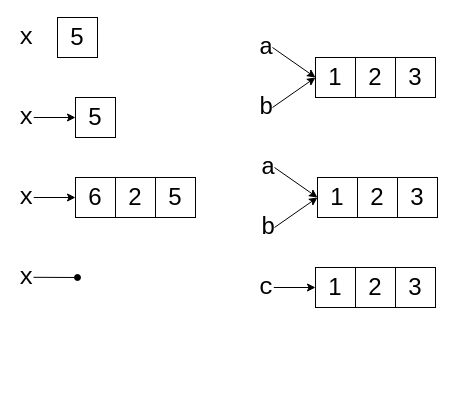
Before: data_structures/reference.drawio in alainkaegi/pythonorama, a draw.io diagram. Source tidied: cells renumbered, new cells numbered last; positions are measured from the earlier drawing's top-left corner, leaving out a move shared by most shapes. Both pictures are drawn from the tidied source at 100%, with x=0, y=0 at pixel (17, 17).
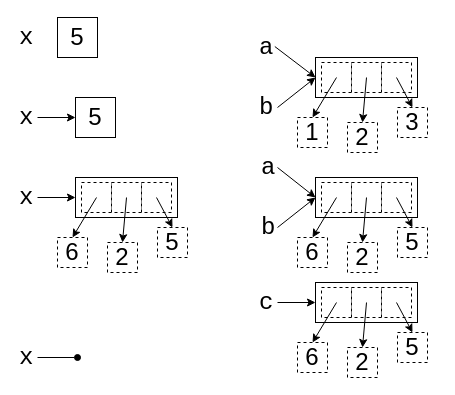
After the change.

Unchanged cells that the change refers to:
```xml
<mxCell id="5" value="5" style="whiteSpace=wrap;html=1;fontSize=24;" parent="1" vertex="1">
  <mxGeometry x="58" y="80" width="40" height="40" as="geometry" />
</mxCell>
```

Diff of the diagram source:
```diff
@@
+    <mxCell id="32" value="&lt;font face=&quot;Courier New&quot;&gt;x&lt;/font&gt;" style="whiteSpace=wrap;html=1;fontSize=24;align=left;fillColor=none;strokeColor=none;" parent="1" vertex="1">
+      <mxGeometry y="320" width="20" height="40" as="geometry" />
+    </mxCell>
+    <mxCell id="33" style="rounded=0;whiteSpace=wrap;html=1;fillColor=none;" parent="1" vertex="1">
+      <mxGeometry x="58" y="160" width="102" height="40" as="geometry" />
+    </mxCell>
-    <mxCell id="2" style="endArrow=oval;html=1;rounded=0;strokeColor=default;entryX=0.857;entryY=0.5;entryDx=0;entryDy=0;endFill=1;entryPerimeter=0;" parent="1" edge="1" target="32">
+    <mxCell id="2" style="endArrow=oval;html=1;rounded=0;strokeColor=default;endFill=1;exitX=1;exitY=0.5;exitDx=0;exitDy=0;" parent="1" edge="1" source="32">
       <mxGeometry relative="1" as="geometry">
-        <mxPoint x="16" y="259.8" as="sourcePoint" />
+        <mxPoint x="60" y="340" as="targetPoint" />
       </mxGeometry>
     </mxCell>
@@
     <mxCell id="6" value="&lt;font face=&quot;Courier New&quot;&gt;x&lt;/font&gt;" style="whiteSpace=wrap;html=1;fontSize=24;align=left;fillColor=none;strokeColor=none;" parent="1" vertex="1">
-      <mxGeometry y="80" width="70" height="40" as="geometry" />
+      <mxGeometry y="80" width="20" height="40" as="geometry" />
     </mxCell>
-    <mxCell id="7" style="endArrow=classic;html=1;rounded=0;exitX=0.833;exitY=0.5;exitDx=0;exitDy=0;exitPerimeter=0;strokeColor=default;entryX=0;entryY=0.5;entryDx=0;entryDy=0;" parent="1" edge="1" target="5">
-      <mxGeometry relative="1" as="geometry">
-        <mxPoint x="16.3" y="100" as="sourcePoint" />
-      </mxGeometry>
+    <mxCell id="7" style="endArrow=classic;html=1;rounded=0;exitX=1;exitY=0.5;exitDx=0;exitDy=0;strokeColor=default;entryX=0;entryY=0.5;entryDx=0;entryDy=0;" parent="1" edge="1" source="6" target="5">
+      <mxGeometry relative="1" as="geometry" />
     </mxCell>
-    <mxCell id="8" value="6" style="whiteSpace=wrap;html=1;fontSize=24;" parent="1" vertex="1">
-      <mxGeometry x="58" y="160" width="40" height="40" as="geometry" />
-    </mxCell>
     <mxCell id="9" value="&lt;font face=&quot;Courier New&quot;&gt;x&lt;/font&gt;" style="whiteSpace=wrap;html=1;fontSize=24;align=left;fillColor=none;strokeColor=none;" parent="1" vertex="1">
-      <mxGeometry y="160" width="70" height="40" as="geometry" />
+      <mxGeometry y="160" width="20" height="40" as="geometry" />
     </mxCell>
-    <mxCell id="10" style="endArrow=classic;html=1;rounded=0;exitX=0.833;exitY=0.5;exitDx=0;exitDy=0;exitPerimeter=0;strokeColor=default;entryX=0;entryY=0.5;entryDx=0;entryDy=0;" parent="1" edge="1" target="8">
+    <mxCell id="10" style="endArrow=classic;html=1;rounded=0;strokeColor=default;entryX=0;entryY=0.5;entryDx=0;entryDy=0;exitX=1;exitY=0.5;exitDx=0;exitDy=0;" parent="1" edge="1" source="9">
       <mxGeometry relative="1" as="geometry">
-        <mxPoint x="16.3" y="180" as="sourcePoint" />
+        <mxPoint x="58" y="180" as="targetPoint" />
       </mxGeometry>
     </mxCell>
-    <mxCell id="11" value="2" style="whiteSpace=wrap;html=1;fontSize=24;" parent="1" vertex="1">
-      <mxGeometry x="98" y="160" width="40" height="40" as="geometry" />
-    </mxCell>
-    <mxCell id="12" value="5" style="whiteSpace=wrap;html=1;fontSize=24;" parent="1" vertex="1">
-      <mxGeometry x="138" y="160" width="40" height="40" as="geometry" />
-    </mxCell>
-    <mxCell id="13" value="1" style="whiteSpace=wrap;html=1;fontSize=24;" parent="1" vertex="1">
-      <mxGeometry x="298" y="40" width="40" height="40" as="geometry" />
-    </mxCell>
     <mxCell id="14" value="&lt;font face=&quot;Courier New&quot;&gt;a&lt;/font&gt;" style="whiteSpace=wrap;html=1;fontSize=24;align=left;fillColor=none;strokeColor=none;" parent="1" vertex="1">
-      <mxGeometry x="240" y="10" width="70" height="40" as="geometry" />
+      <mxGeometry x="240" y="10" width="20" height="40" as="geometry" />
     </mxCell>
-    <mxCell id="15" style="endArrow=classic;html=1;rounded=0;strokeColor=default;entryX=0;entryY=0.5;entryDx=0;entryDy=0;exitX=1;exitY=0.5;exitDx=0;exitDy=0;" parent="1" edge="1" target="13">
-      <mxGeometry relative="1" as="geometry">
-        <mxPoint x="255" y="30" as="sourcePoint" />
-      </mxGeometry>
+    <mxCell id="15" style="endArrow=classic;html=1;rounded=0;strokeColor=default;entryX=0;entryY=0.5;entryDx=0;entryDy=0;exitX=0.867;exitY=0.476;exitDx=0;exitDy=0;exitPerimeter=0;" parent="1" edge="1" source="14" target="45">
+      <mxGeometry relative="1" as="geometry" />
     </mxCell>
-    <mxCell id="16" value="2" style="whiteSpace=wrap;html=1;fontSize=24;" parent="1" vertex="1">
-      <mxGeometry x="338" y="40" width="40" height="40" as="geometry" />
-    </mxCell>
-    <mxCell id="17" value="3" style="whiteSpace=wrap;html=1;fontSize=24;" parent="1" vertex="1">
-      <mxGeometry x="378" y="40" width="40" height="40" as="geometry" />
-    </mxCell>
     <mxCell id="18" value="&lt;font face=&quot;Courier New&quot;&gt;b&lt;/font&gt;" style="whiteSpace=wrap;html=1;fontSize=24;align=left;fillColor=none;strokeColor=none;" parent="1" vertex="1">
-      <mxGeometry x="240" y="70" width="70" height="40" as="geometry" />
+      <mxGeometry x="240" y="70" width="20" height="40" as="geometry" />
     </mxCell>
-    <mxCell id="19" style="endArrow=classic;html=1;rounded=0;strokeColor=default;entryX=0;entryY=0.5;entryDx=0;entryDy=0;exitX=1;exitY=0.5;exitDx=0;exitDy=0;" parent="1" edge="1" target="13">
-      <mxGeometry relative="1" as="geometry">
-        <mxPoint x="255" y="90" as="sourcePoint" />
-      </mxGeometry>
+    <mxCell id="19" style="endArrow=classic;html=1;rounded=0;strokeColor=default;exitX=1;exitY=0.5;exitDx=0;exitDy=0;entryX=0;entryY=0.5;entryDx=0;entryDy=0;" parent="1" edge="1" source="18" target="45">
+      <mxGeometry relative="1" as="geometry" />
     </mxCell>
-    <mxCell id="20" value="1" style="whiteSpace=wrap;html=1;fontSize=24;" parent="1" vertex="1">
-      <mxGeometry x="300" y="160" width="40" height="40" as="geometry" />
-    </mxCell>
     <mxCell id="21" value="&lt;font face=&quot;Courier New&quot;&gt;a&lt;/font&gt;" style="whiteSpace=wrap;html=1;fontSize=24;align=left;fillColor=none;strokeColor=none;" parent="1" vertex="1">
-      <mxGeometry x="242" y="130" width="70" height="40" as="geometry" />
+      <mxGeometry x="242" y="130" width="18" height="40" as="geometry" />
     </mxCell>
-    <mxCell id="22" style="endArrow=classic;html=1;rounded=0;strokeColor=default;entryX=0;entryY=0.5;entryDx=0;entryDy=0;exitX=1;exitY=0.5;exitDx=0;exitDy=0;" parent="1" edge="1" target="20">
-      <mxGeometry relative="1" as="geometry">
-        <mxPoint x="257" y="150" as="sourcePoint" />
-      </mxGeometry>
+    <mxCell id="22" style="endArrow=classic;html=1;rounded=0;strokeColor=default;entryX=0;entryY=0.5;entryDx=0;entryDy=0;exitX=1;exitY=0.5;exitDx=0;exitDy=0;" parent="1" edge="1" source="21" target="57">
+      <mxGeometry relative="1" as="geometry" />
     </mxCell>
-    <mxCell id="23" value="2" style="whiteSpace=wrap;html=1;fontSize=24;" parent="1" vertex="1">
-      <mxGeometry x="340" y="160" width="40" height="40" as="geometry" />
-    </mxCell>
-    <mxCell id="24" value="3" style="whiteSpace=wrap;html=1;fontSize=24;" parent="1" vertex="1">
-      <mxGeometry x="380" y="160" width="40" height="40" as="geometry" />
-    </mxCell>
     <mxCell id="25" value="&lt;font face=&quot;Courier New&quot;&gt;b&lt;/font&gt;" style="whiteSpace=wrap;html=1;fontSize=24;align=left;fillColor=none;strokeColor=none;" parent="1" vertex="1">
-      <mxGeometry x="242" y="190" width="70" height="40" as="geometry" />
+      <mxGeometry x="242" y="190" width="18" height="40" as="geometry" />
     </mxCell>
-    <mxCell id="26" style="endArrow=classic;html=1;rounded=0;strokeColor=default;entryX=0;entryY=0.5;entryDx=0;entryDy=0;exitX=1;exitY=0.5;exitDx=0;exitDy=0;" parent="1" edge="1" target="20">
-      <mxGeometry relative="1" as="geometry">
-        <mxPoint x="257" y="210" as="sourcePoint" />
-      </mxGeometry>
+    <mxCell id="26" style="endArrow=classic;html=1;rounded=0;strokeColor=default;entryX=0;entryY=0.5;entryDx=0;entryDy=0;exitX=1;exitY=0.5;exitDx=0;exitDy=0;" parent="1" edge="1" source="25" target="57">
+      <mxGeometry relative="1" as="geometry" />
     </mxCell>
-    <mxCell id="27" value="1" style="whiteSpace=wrap;html=1;fontSize=24;" parent="1" vertex="1">
-      <mxGeometry x="298" y="250" width="40" height="40" as="geometry" />
-    </mxCell>
     <mxCell id="28" value="&lt;font face=&quot;Courier New&quot;&gt;c&lt;/font&gt;" style="whiteSpace=wrap;html=1;fontSize=24;align=left;fillColor=none;strokeColor=none;" parent="1" vertex="1">
-      <mxGeometry x="240" y="250" width="70" height="40" as="geometry" />
+      <mxGeometry x="240" y="265" width="20" height="40" as="geometry" />
     </mxCell>
-    <mxCell id="29" style="endArrow=classic;html=1;rounded=0;exitX=0.833;exitY=0.5;exitDx=0;exitDy=0;exitPerimeter=0;strokeColor=default;entryX=0;entryY=0.5;entryDx=0;entryDy=0;" parent="1" edge="1" target="27">
-      <mxGeometry relative="1" as="geometry">
-        <mxPoint x="256.3" y="270" as="sourcePoint" />
-      </mxGeometry>
+    <mxCell id="29" style="endArrow=classic;html=1;rounded=0;exitX=1;exitY=0.5;exitDx=0;exitDy=0;strokeColor=default;entryX=0;entryY=0.5;entryDx=0;entryDy=0;" parent="1" edge="1" source="28" target="69">
+      <mxGeometry relative="1" as="geometry" />
     </mxCell>
-    <mxCell id="30" value="2" style="whiteSpace=wrap;html=1;fontSize=24;" parent="1" vertex="1">
-      <mxGeometry x="338" y="250" width="40" height="40" as="geometry" />
-    </mxCell>
-    <mxCell id="31" value="3" style="whiteSpace=wrap;html=1;fontSize=24;" parent="1" vertex="1">
-      <mxGeometry x="378" y="250" width="40" height="40" as="geometry" />
-    </mxCell>
-    <mxCell id="32" value="&lt;font face=&quot;Courier New&quot;&gt;x&lt;/font&gt;" style="whiteSpace=wrap;html=1;fontSize=24;align=left;fillColor=none;strokeColor=none;" parent="1" vertex="1">
-      <mxGeometry y="240" width="70" height="40" as="geometry" />
-    </mxCell>
+    <mxCell id="34" value="6" style="whiteSpace=wrap;html=1;dashed=1;fontSize=24;" parent="1" vertex="1">
+      <mxGeometry x="40" y="220" width="30" height="30" as="geometry" />
+    </mxCell>
+    <mxCell id="35" value="2" style="whiteSpace=wrap;html=1;dashed=1;fontSize=24;" parent="1" vertex="1">
+      <mxGeometry x="90" y="225" width="30" height="30" as="geometry" />
+    </mxCell>
+    <mxCell id="36" value="5" style="whiteSpace=wrap;html=1;dashed=1;fontSize=24;" parent="1" vertex="1">
+      <mxGeometry x="140" y="210" width="30" height="30" as="geometry" />
+    </mxCell>
+    <mxCell id="37" style="whiteSpace=wrap;html=1;dashed=1;fontSize=24;" parent="1" vertex="1">
+      <mxGeometry x="64" y="165" width="30" height="30" as="geometry" />
+    </mxCell>
+    <mxCell id="38" style="whiteSpace=wrap;html=1;dashed=1;fontSize=24;" parent="1" vertex="1">
+      <mxGeometry x="94" y="165" width="30" height="30" as="geometry" />
+    </mxCell>
+    <mxCell id="39" style="whiteSpace=wrap;html=1;dashed=1;fontSize=24;" parent="1" vertex="1">
+      <mxGeometry x="124" y="165" width="30" height="30" as="geometry" />
+    </mxCell>
+    <mxCell id="40" style="whiteSpace=wrap;html=1;dashed=1;fontSize=24;fillColor=none;strokeColor=none;" parent="1" vertex="1">
+      <mxGeometry x="79" y="165" width="30" height="30" as="geometry" />
+    </mxCell>
+    <mxCell id="41" style="endArrow=classic;html=1;rounded=0;strokeColor=default;entryX=0.5;entryY=0;entryDx=0;entryDy=0;exitX=0;exitY=0.5;exitDx=0;exitDy=0;" parent="1" edge="1" source="40" target="34">
+      <mxGeometry relative="1" as="geometry" />
+    </mxCell>
+    <mxCell id="42" style="whiteSpace=wrap;html=1;dashed=1;fontSize=24;fillColor=none;strokeColor=none;" parent="1" vertex="1">
+      <mxGeometry x="109" y="165" width="30" height="30" as="geometry" />
+    </mxCell>
+    <mxCell id="43" style="endArrow=classic;html=1;rounded=0;strokeColor=default;entryX=0.5;entryY=0;entryDx=0;entryDy=0;exitX=0;exitY=0.5;exitDx=0;exitDy=0;" parent="1" edge="1" source="42" target="35">
+      <mxGeometry relative="1" as="geometry" />
+    </mxCell>
+    <mxCell id="44" style="endArrow=classic;html=1;rounded=0;strokeColor=default;entryX=0.5;entryY=0;entryDx=0;entryDy=0;exitX=1;exitY=0.5;exitDx=0;exitDy=0;" parent="1" edge="1" source="42" target="36">
+      <mxGeometry relative="1" as="geometry" />
+    </mxCell>
+    <mxCell id="45" style="rounded=0;whiteSpace=wrap;html=1;fillColor=none;" parent="1" vertex="1">
+      <mxGeometry x="298" y="40" width="102" height="40" as="geometry" />
+    </mxCell>
+    <mxCell id="46" value="1" style="whiteSpace=wrap;html=1;dashed=1;fontSize=24;" parent="1" vertex="1">
+      <mxGeometry x="280" y="100" width="30" height="30" as="geometry" />
+    </mxCell>
+    <mxCell id="47" value="2" style="whiteSpace=wrap;html=1;dashed=1;fontSize=24;" parent="1" vertex="1">
+      <mxGeometry x="330" y="105" width="30" height="30" as="geometry" />
+    </mxCell>
+    <mxCell id="48" value="3" style="whiteSpace=wrap;html=1;dashed=1;fontSize=24;" parent="1" vertex="1">
+      <mxGeometry x="380" y="90" width="30" height="30" as="geometry" />
+    </mxCell>
+    <mxCell id="49" style="whiteSpace=wrap;html=1;dashed=1;fontSize=24;" parent="1" vertex="1">
+      <mxGeometry x="304" y="45" width="30" height="30" as="geometry" />
+    </mxCell>
+    <mxCell id="50" style="whiteSpace=wrap;html=1;dashed=1;fontSize=24;" parent="1" vertex="1">
+      <mxGeometry x="334" y="45" width="30" height="30" as="geometry" />
+    </mxCell>
+    <mxCell id="51" style="whiteSpace=wrap;html=1;dashed=1;fontSize=24;" parent="1" vertex="1">
+      <mxGeometry x="364" y="45" width="30" height="30" as="geometry" />
+    </mxCell>
+    <mxCell id="52" style="whiteSpace=wrap;html=1;dashed=1;fontSize=24;fillColor=none;strokeColor=none;" parent="1" vertex="1">
+      <mxGeometry x="319" y="45" width="30" height="30" as="geometry" />
+    </mxCell>
+    <mxCell id="53" style="endArrow=classic;html=1;rounded=0;strokeColor=default;entryX=0.5;entryY=0;entryDx=0;entryDy=0;exitX=0;exitY=0.5;exitDx=0;exitDy=0;" parent="1" edge="1" source="52" target="46">
+      <mxGeometry relative="1" as="geometry" />
+    </mxCell>
+    <mxCell id="54" style="whiteSpace=wrap;html=1;dashed=1;fontSize=24;fillColor=none;strokeColor=none;" parent="1" vertex="1">
+      <mxGeometry x="349" y="45" width="30" height="30" as="geometry" />
+    </mxCell>
+    <mxCell id="55" style="endArrow=classic;html=1;rounded=0;strokeColor=default;entryX=0.5;entryY=0;entryDx=0;entryDy=0;exitX=0;exitY=0.5;exitDx=0;exitDy=0;" parent="1" edge="1" source="54" target="47">
+      <mxGeometry relative="1" as="geometry" />
+    </mxCell>
+    <mxCell id="56" style="endArrow=classic;html=1;rounded=0;strokeColor=default;entryX=0.5;entryY=0;entryDx=0;entryDy=0;exitX=1;exitY=0.5;exitDx=0;exitDy=0;" parent="1" edge="1" source="54" target="48">
+      <mxGeometry relative="1" as="geometry" />
+    </mxCell>
+    <mxCell id="57" style="rounded=0;whiteSpace=wrap;html=1;fillColor=none;" parent="1" vertex="1">
+      <mxGeometry x="298" y="160" width="102" height="40" as="geometry" />
+    </mxCell>
+    <mxCell id="58" value="6" style="whiteSpace=wrap;html=1;dashed=1;fontSize=24;" parent="1" vertex="1">
+      <mxGeometry x="280" y="220" width="30" height="30" as="geometry" />
+    </mxCell>
+    <mxCell id="59" value="2" style="whiteSpace=wrap;html=1;dashed=1;fontSize=24;" parent="1" vertex="1">
+      <mxGeometry x="330" y="225" width="30" height="30" as="geometry" />
+    </mxCell>
+    <mxCell id="60" value="5" style="whiteSpace=wrap;html=1;dashed=1;fontSize=24;" parent="1" vertex="1">
+      <mxGeometry x="380" y="210" width="30" height="30" as="geometry" />
+    </mxCell>
+    <mxCell id="61" style="whiteSpace=wrap;html=1;dashed=1;fontSize=24;" parent="1" vertex="1">
+      <mxGeometry x="304" y="165" width="30" height="30" as="geometry" />
+    </mxCell>
+    <mxCell id="62" style="whiteSpace=wrap;html=1;dashed=1;fontSize=24;" parent="1" vertex="1">
+      <mxGeometry x="334" y="165" width="30" height="30" as="geometry" />
+    </mxCell>
+    <mxCell id="63" style="whiteSpace=wrap;html=1;dashed=1;fontSize=24;" parent="1" vertex="1">
+      <mxGeometry x="364" y="165" width="30" height="30" as="geometry" />
+    </mxCell>
+    <mxCell id="64" style="whiteSpace=wrap;html=1;dashed=1;fontSize=24;fillColor=none;strokeColor=none;" parent="1" vertex="1">
+      <mxGeometry x="319" y="165" width="30" height="30" as="geometry" />
+    </mxCell>
+    <mxCell id="65" style="endArrow=classic;html=1;rounded=0;strokeColor=default;entryX=0.5;entryY=0;entryDx=0;entryDy=0;exitX=0;exitY=0.5;exitDx=0;exitDy=0;" parent="1" edge="1" source="64" target="58">
+      <mxGeometry relative="1" as="geometry" />
+    </mxCell>
+    <mxCell id="66" style="whiteSpace=wrap;html=1;dashed=1;fontSize=24;fillColor=none;strokeColor=none;" parent="1" vertex="1">
+      <mxGeometry x="349" y="165" width="30" height="30" as="geometry" />
+    </mxCell>
+    <mxCell id="67" style="endArrow=classic;html=1;rounded=0;strokeColor=default;entryX=0.5;entryY=0;entryDx=0;entryDy=0;exitX=0;exitY=0.5;exitDx=0;exitDy=0;" parent="1" edge="1" source="66" target="59">
+      <mxGeometry relative="1" as="geometry" />
+    </mxCell>
+    <mxCell id="68" style="endArrow=classic;html=1;rounded=0;strokeColor=default;entryX=0.5;entryY=0;entryDx=0;entryDy=0;exitX=1;exitY=0.5;exitDx=0;exitDy=0;" parent="1" edge="1" source="66" target="60">
+      <mxGeometry relative="1" as="geometry" />
+    </mxCell>
+    <mxCell id="69" style="rounded=0;whiteSpace=wrap;html=1;fillColor=none;" parent="1" vertex="1">
+      <mxGeometry x="298" y="265" width="102" height="40" as="geometry" />
+    </mxCell>
+    <mxCell id="70" value="6" style="whiteSpace=wrap;html=1;dashed=1;fontSize=24;" parent="1" vertex="1">
+      <mxGeometry x="280" y="325" width="30" height="30" as="geometry" />
+    </mxCell>
+    <mxCell id="71" value="2" style="whiteSpace=wrap;html=1;dashed=1;fontSize=24;" parent="1" vertex="1">
+      <mxGeometry x="330" y="330" width="30" height="30" as="geometry" />
+    </mxCell>
+    <mxCell id="72" value="5" style="whiteSpace=wrap;html=1;dashed=1;fontSize=24;" parent="1" vertex="1">
+      <mxGeometry x="380" y="315" width="30" height="30" as="geometry" />
+    </mxCell>
+    <mxCell id="73" style="whiteSpace=wrap;html=1;dashed=1;fontSize=24;" parent="1" vertex="1">
+      <mxGeometry x="304" y="270" width="30" height="30" as="geometry" />
+    </mxCell>
+    <mxCell id="74" style="whiteSpace=wrap;html=1;dashed=1;fontSize=24;" parent="1" vertex="1">
+      <mxGeometry x="334" y="270" width="30" height="30" as="geometry" />
+    </mxCell>
+    <mxCell id="75" style="whiteSpace=wrap;html=1;dashed=1;fontSize=24;" parent="1" vertex="1">
+      <mxGeometry x="364" y="270" width="30" height="30" as="geometry" />
+    </mxCell>
+    <mxCell id="76" style="whiteSpace=wrap;html=1;dashed=1;fontSize=24;fillColor=none;strokeColor=none;" parent="1" vertex="1">
+      <mxGeometry x="319" y="270" width="30" height="30" as="geometry" />
+    </mxCell>
+    <mxCell id="77" style="endArrow=classic;html=1;rounded=0;strokeColor=default;entryX=0.5;entryY=0;entryDx=0;entryDy=0;exitX=0;exitY=0.5;exitDx=0;exitDy=0;" parent="1" edge="1" source="76" target="70">
+      <mxGeometry relative="1" as="geometry" />
+    </mxCell>
+    <mxCell id="78" style="whiteSpace=wrap;html=1;dashed=1;fontSize=24;fillColor=none;strokeColor=none;" parent="1" vertex="1">
+      <mxGeometry x="349" y="270" width="30" height="30" as="geometry" />
+    </mxCell>
+    <mxCell id="79" style="endArrow=classic;html=1;rounded=0;strokeColor=default;entryX=0.5;entryY=0;entryDx=0;entryDy=0;exitX=0;exitY=0.5;exitDx=0;exitDy=0;" parent="1" edge="1" source="78" target="71">
+      <mxGeometry relative="1" as="geometry" />
+    </mxCell>
+    <mxCell id="80" style="endArrow=classic;html=1;rounded=0;strokeColor=default;entryX=0.5;entryY=0;entryDx=0;entryDy=0;exitX=1;exitY=0.5;exitDx=0;exitDy=0;" parent="1" edge="1" source="78" target="72">
+      <mxGeometry relative="1" as="geometry" />
+    </mxCell>
```
